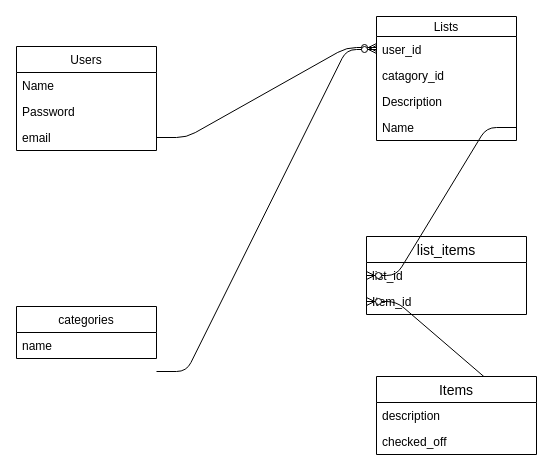
Earlier version of the draw.io diagram DB_Diagram.drawio (wingerwingman/list_project). Source tidied: cells renumbered, new cells numbered last; positions are measured from the earlier drawing's top-left corner, leaving out a move shared by most shapes. Both pictures are drawn from the tidied source at 100%, with x=0, y=0 at pixel (16, 16).
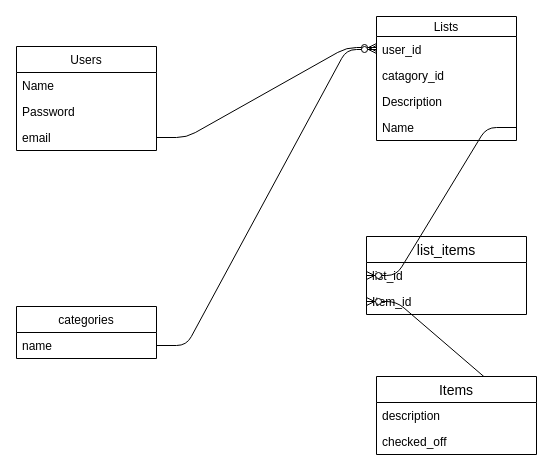
The same page after the edit.

The change refers to these unchanged cells:
```xml
<mxCell id="7" value="name" style="text;strokeColor=none;fillColor=none;align=left;verticalAlign=top;spacingLeft=4;spacingRight=4;overflow=hidden;points=[[0,0.5],[1,0.5]];portConstraint=eastwest;" parent="6" vertex="1">
  <mxGeometry y="26" width="140" height="26" as="geometry" />
</mxCell>
<mxCell id="9" value="user_id" style="text;strokeColor=none;fillColor=none;align=left;verticalAlign=top;spacingLeft=4;spacingRight=4;overflow=hidden;points=[[0,0.5],[1,0.5]];portConstraint=eastwest;" parent="8" vertex="1">
  <mxGeometry y="20" width="140" height="26" as="geometry" />
</mxCell>
```

Diff of the diagram source:
```diff
@@
-    <mxCell id="14" style="edgeStyle=entityRelationEdgeStyle;fontSize=12;html=1;endArrow=ERzeroToMany;endFill=1;exitX=1;exitY=0.5;exitDx=0;exitDy=0;entryX=0;entryY=0.5;entryDx=0;entryDy=0;" parent="1" edge="1" target="9">
-      <mxGeometry relative="1" as="geometry">
-        <mxPoint x="140" y="355" as="sourcePoint" />
-      </mxGeometry>
+    <mxCell id="14" style="edgeStyle=entityRelationEdgeStyle;fontSize=12;html=1;endArrow=ERzeroToMany;endFill=1;exitX=1;exitY=0.5;exitDx=0;exitDy=0;entryX=0;entryY=0.5;entryDx=0;entryDy=0;" parent="1" edge="1" source="7" target="9">
+      <mxGeometry relative="1" as="geometry" />
     </mxCell>
```
